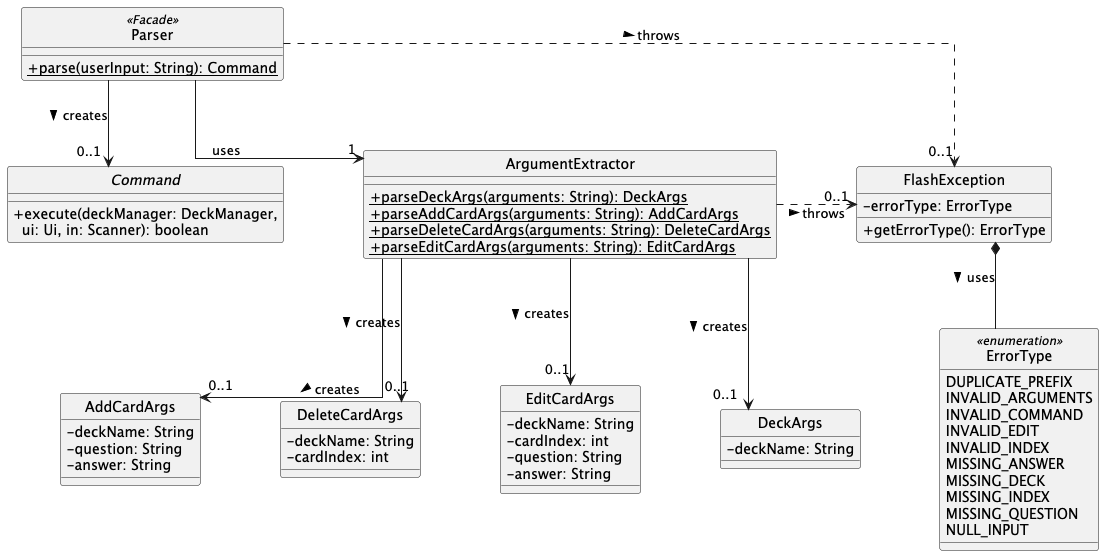
Above: docs/diagrams/parser_class.png in yqzzy/tp (PlantUML), before the change.
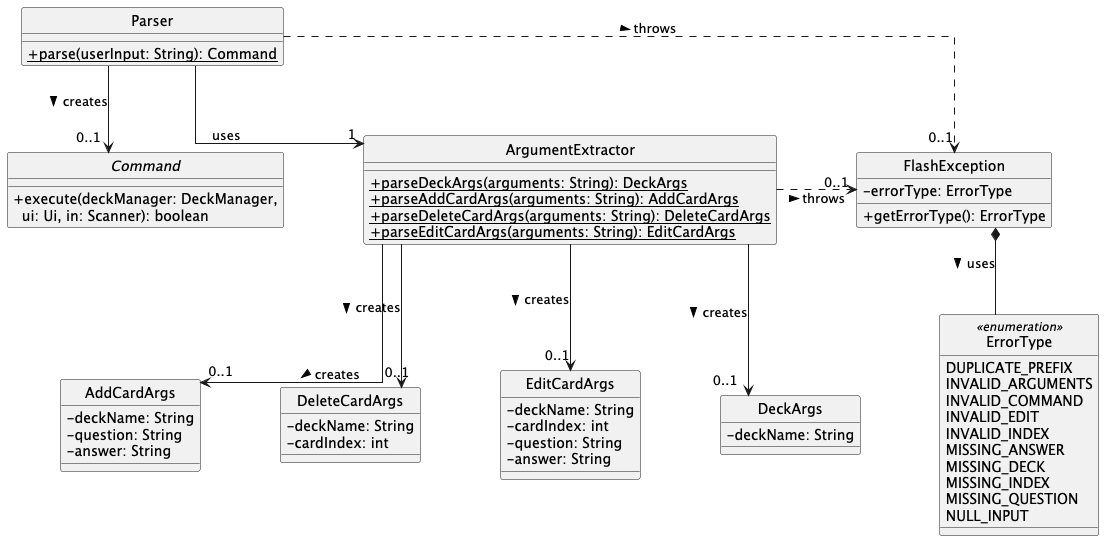
The same diagram one commit later.

Commit message:
DeveloperGuide: Remove incorrect reference of parser being a facade class, and update parser class diagram accordingly

Diff of the diagram source:
```diff
@@ -7,7 +7,7 @@
 skinparam ranksep 70
 
 together {
-    class Parser <<Facade>> {
+    class Parser {
         {static} +parse(userInput: String): Command
     }
     interface Command {
```
